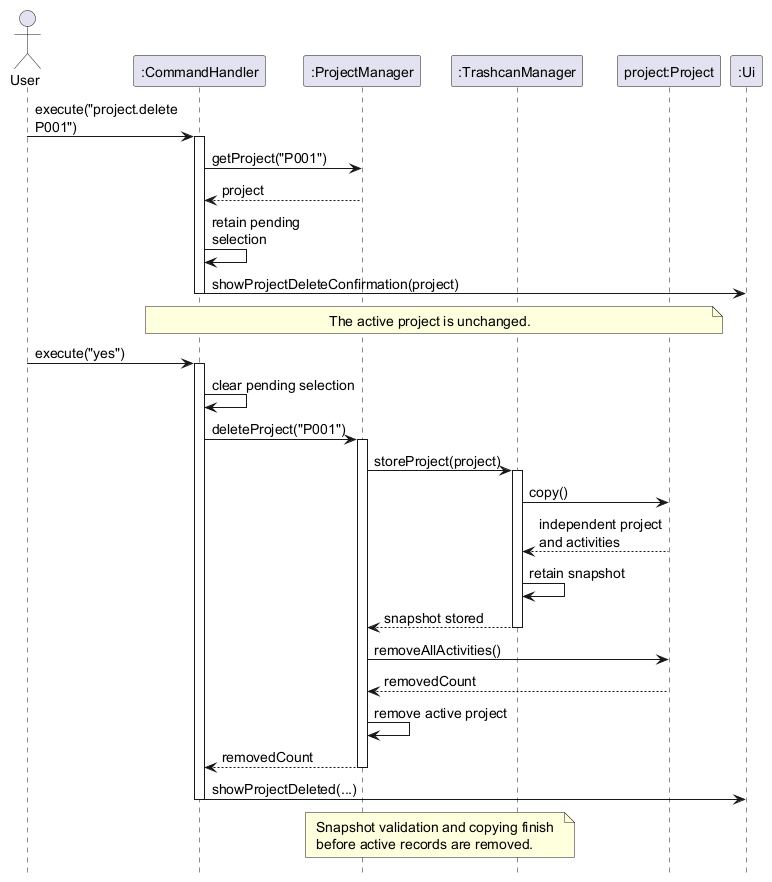
Above: docs/images/ProjectDeletionSequenceDiagram.png in AY2627S1-CS2113-T10-3/tp (PlantUML), before the change. Source of this version:
```plantuml
@startuml
hide footbox
skinparam defaultFontSize 14
skinparam maxMessageSize 145

actor User
participant ":CommandHandler" as CH
participant ":ProjectManager" as PM
participant ":TrashcanManager" as TM
participant "project:Project" as P
participant ":Ui" as UI

User -> CH : execute("project.delete P001")
activate CH
CH -> PM : getProject("P001")
PM --> CH : project
CH -> CH : retain pending selection
CH -> UI : showProjectDeleteConfirmation(project)
deactivate CH

note over CH, P
  The active project is unchanged.
end note

User -> CH : execute("yes")
activate CH
CH -> CH : clear pending selection
CH -> PM : deleteProject("P001")
activate PM
PM -> TM : storeProject(project)
activate TM
TM -> P : copy()
P --> TM : independent project and activities
TM -> TM : retain snapshot
TM --> PM : snapshot stored
deactivate TM
PM -> P : removeAllActivities()
P --> PM : removedCount
PM -> PM : remove active project
PM --> CH : removedCount
deactivate PM
CH -> UI : showProjectDeleted(...)
deactivate CH

note over PM, TM
  Snapshot validation and copying finish
  before active records are removed.
end note
@enduml
```
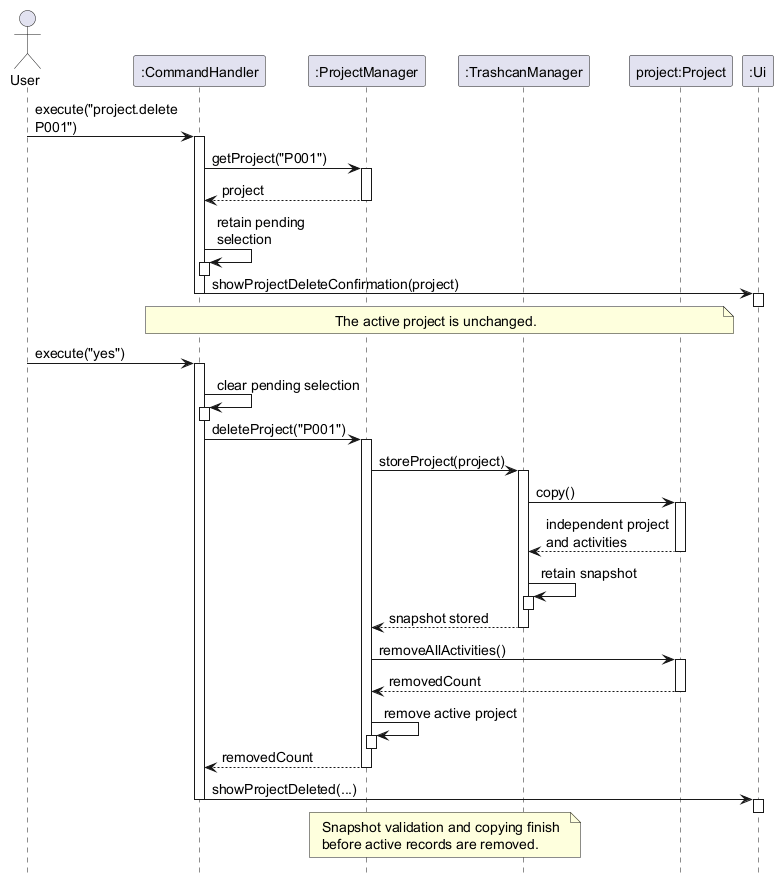
The same file after the commit.

Commit message:
Combine project deletion with other deletions in DG and add activation boxes to sequence diagrams

Change to the diagram source:
```diff
@@ -13,9 +13,15 @@
 User -> CH : execute("project.delete P001")
 activate CH
 CH -> PM : getProject("P001")
+activate PM
 PM --> CH : project
+deactivate PM
 CH -> CH : retain pending selection
+activate CH
+deactivate CH
 CH -> UI : showProjectDeleteConfirmation(project)
+activate UI
+deactivate UI
 deactivate CH
 
 note over CH, P
@@ -25,21 +31,33 @@
 User -> CH : execute("yes")
 activate CH
 CH -> CH : clear pending selection
+activate CH
+deactivate CH
 CH -> PM : deleteProject("P001")
 activate PM
 PM -> TM : storeProject(project)
 activate TM
 TM -> P : copy()
+activate P
 P --> TM : independent project and activities
+deactivate P
 TM -> TM : retain snapshot
+activate TM
+deactivate TM
 TM --> PM : snapshot stored
 deactivate TM
 PM -> P : removeAllActivities()
+activate P
 P --> PM : removedCount
+deactivate P
 PM -> PM : remove active project
+activate PM
+deactivate PM
 PM --> CH : removedCount
 deactivate PM
 CH -> UI : showProjectDeleted(...)
+activate UI
+deactivate UI
 deactivate CH
 
 note over PM, TM
```
